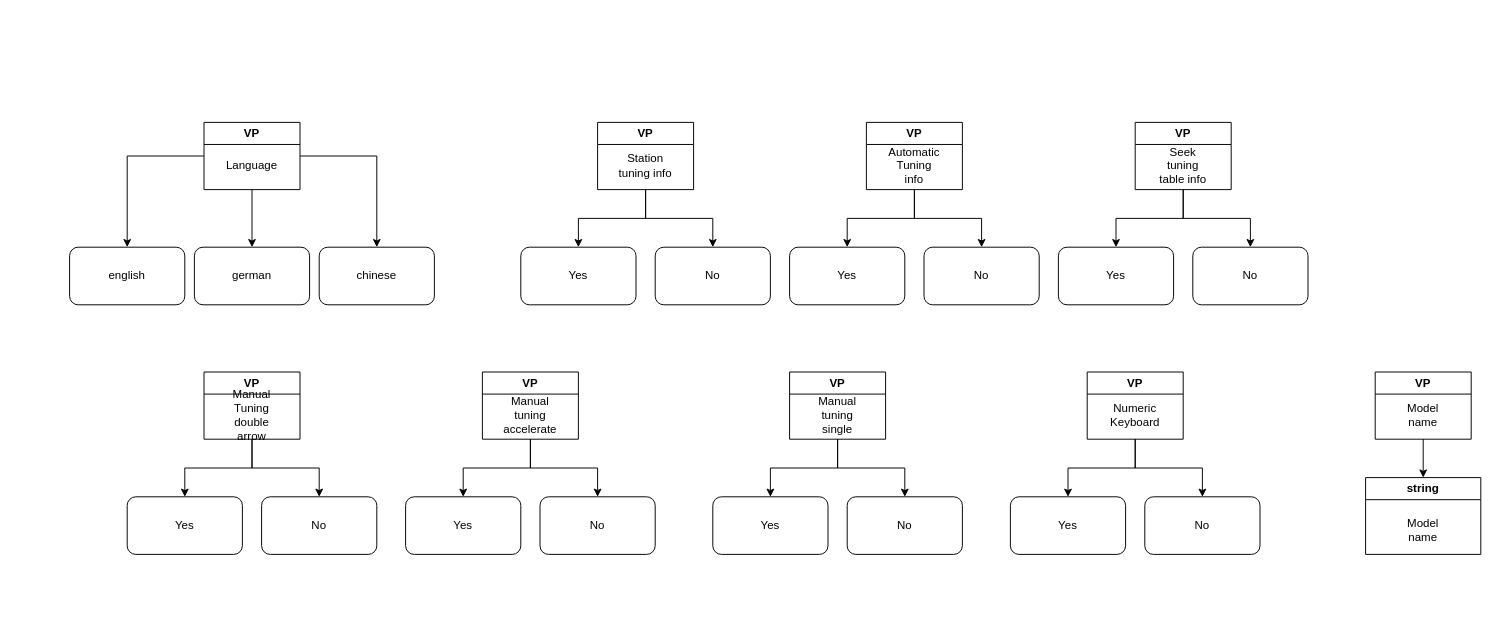
sam-k0/SPLE_Lab keeps this draw.io diagram as VD.drawio. Above is the earlier version. Source tidied: cells renumbered, new cells numbered last; positions are measured from the earlier drawing's top-left corner, leaving out a move shared by most shapes. Both pictures are drawn from the tidied source at 96%, with x=0, y=0 at pixel (69, 122).
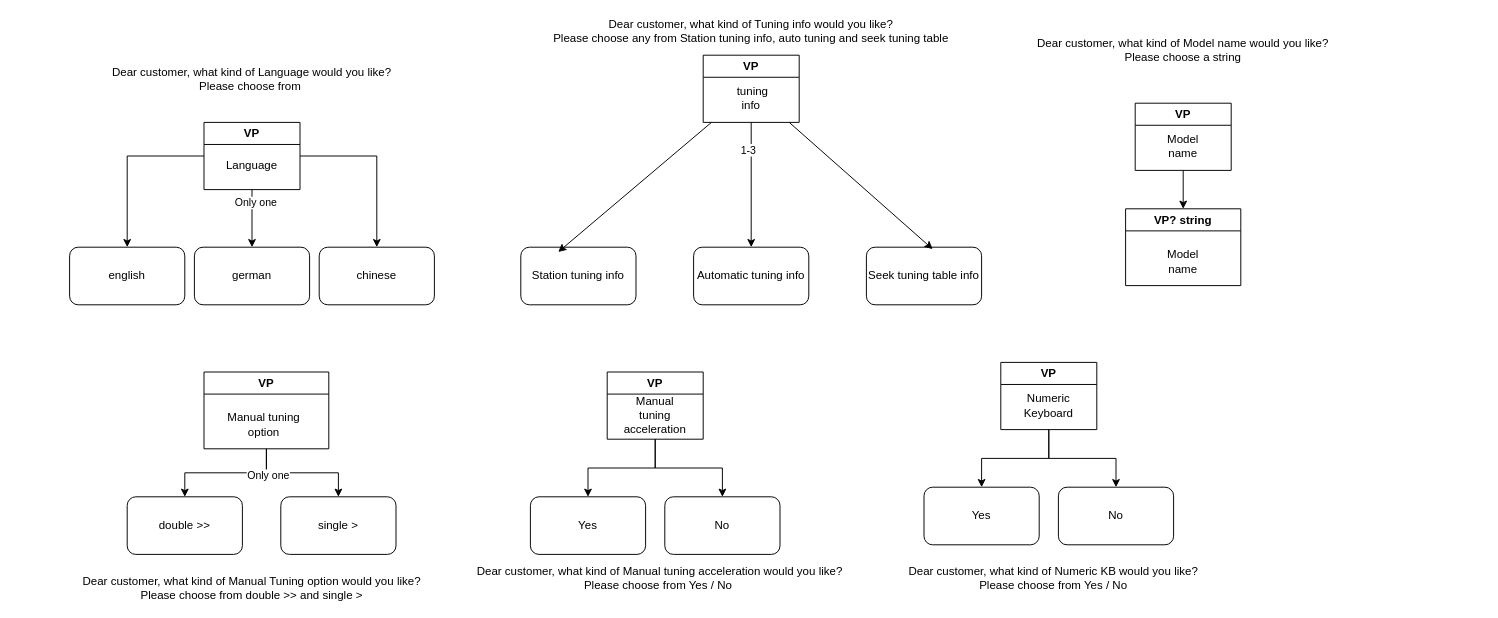
The same diagram, later.

Unchanged cells that the change refers to:
```xml
<mxCell id="3" style="edgeStyle=orthogonalEdgeStyle;rounded=0;jettySize=auto;html=1;entryX=0.5;entryY=0;entryDx=0;entryDy=0;" parent="1" edge="1" source="5" target="8">
  <mxGeometry relative="1" as="geometry" />
</mxCell>
<mxCell id="11" style="edgeStyle=orthogonalEdgeStyle;rounded=0;jettySize=auto;html=1;entryX=0.5;entryY=0;entryDx=0;entryDy=0;" parent="1" edge="1" source="12" target="15">
  <mxGeometry relative="1" as="geometry" />
</mxCell>
<mxCell id="29" style="edgeStyle=orthogonalEdgeStyle;rounded=0;jettySize=auto;html=1;entryX=0.5;entryY=0;entryDx=0;entryDy=0;" parent="1" edge="1" source="30" target="33">
  <mxGeometry relative="1" as="geometry" />
</mxCell>
```

What changed in the source:
```diff
@@
+    <mxCell id="57" value="Only one" style="edgeLabel;html=1;align=center;verticalAlign=middle;" parent="3" vertex="1">
+      <mxGeometry x="-0.57" y="3" relative="1" as="geometry" />
+    </mxCell>
@@
-    <mxCell id="10" style="edgeStyle=orthogonalEdgeStyle;rounded=0;jettySize=auto;html=1;entryX=0.5;entryY=0;entryDx=0;entryDy=0;" parent="1" edge="1" source="12" target="14">
-      <mxGeometry relative="1" as="geometry" />
-    </mxCell>
@@
+    <mxCell id="58" value="1-3" style="edgeLabel;html=1;align=center;verticalAlign=middle;" parent="11" vertex="1">
+      <mxGeometry x="-0.57" y="-4" relative="1" as="geometry" />
+    </mxCell>
     <mxCell id="12" value="VP" style="swimlane;whiteSpace=wrap;html=1;" parent="1" vertex="1">
-      <mxGeometry x="550" width="100" height="70" as="geometry" />
+      <mxGeometry x="660" y="-70" width="100" height="70" as="geometry" />
     </mxCell>
-    <mxCell id="13" value="Station tuning info" style="text;html=1;whiteSpace=wrap;strokeColor=none;fillColor=none;align=center;verticalAlign=middle;rounded=0;" parent="12" vertex="1">
+    <mxCell id="13" value="&amp;nbsp;tuning info" style="text;html=1;whiteSpace=wrap;strokeColor=none;fillColor=none;align=center;verticalAlign=middle;rounded=0;" parent="12" vertex="1">
       <mxGeometry x="20" y="30" width="60" height="30" as="geometry" />
     </mxCell>
-    <mxCell id="14" value="Yes" style="rounded=1;whiteSpace=wrap;html=1;" parent="1" vertex="1">
+    <mxCell id="14" value="Station tuning info" style="rounded=1;whiteSpace=wrap;html=1;" parent="1" vertex="1">
       <mxGeometry x="470" y="130" width="120" height="60" as="geometry" />
     </mxCell>
-    <mxCell id="15" value="No" style="rounded=1;whiteSpace=wrap;html=1;" parent="1" vertex="1">
-      <mxGeometry x="610" y="130" width="120" height="60" as="geometry" />
+    <mxCell id="15" value="Automatic tuning info" style="rounded=1;whiteSpace=wrap;html=1;" parent="1" vertex="1">
+      <mxGeometry x="650" y="130" width="120" height="60" as="geometry" />
     </mxCell>
-    <mxCell id="16" style="edgeStyle=orthogonalEdgeStyle;rounded=0;jettySize=auto;html=1;entryX=0.5;entryY=0;entryDx=0;entryDy=0;" parent="1" edge="1" source="18" target="20">
-      <mxGeometry relative="1" as="geometry" />
-    </mxCell>
-    <mxCell id="17" style="edgeStyle=orthogonalEdgeStyle;rounded=0;jettySize=auto;html=1;entryX=0.5;entryY=0;entryDx=0;entryDy=0;" parent="1" edge="1" source="18" target="21">
-      <mxGeometry relative="1" as="geometry" />
-    </mxCell>
-    <mxCell id="18" value="VP" style="swimlane;whiteSpace=wrap;html=1;" parent="1" vertex="1">
-      <mxGeometry x="830" width="100" height="70" as="geometry" />
-    </mxCell>
-    <mxCell id="19" value="Automatic Tuning info" style="text;html=1;whiteSpace=wrap;strokeColor=none;fillColor=none;align=center;verticalAlign=middle;rounded=0;" parent="18" vertex="1">
-      <mxGeometry x="20" y="30" width="60" height="30" as="geometry" />
-    </mxCell>
-    <mxCell id="20" value="Yes" style="rounded=1;whiteSpace=wrap;html=1;" parent="1" vertex="1">
-      <mxGeometry x="750" y="130" width="120" height="60" as="geometry" />
-    </mxCell>
-    <mxCell id="21" value="No" style="rounded=1;whiteSpace=wrap;html=1;" parent="1" vertex="1">
-      <mxGeometry x="890" y="130" width="120" height="60" as="geometry" />
-    </mxCell>
-    <mxCell id="22" style="edgeStyle=orthogonalEdgeStyle;rounded=0;jettySize=auto;html=1;entryX=0.5;entryY=0;entryDx=0;entryDy=0;" parent="1" edge="1" source="24" target="26">
-      <mxGeometry relative="1" as="geometry" />
-    </mxCell>
-    <mxCell id="23" style="edgeStyle=orthogonalEdgeStyle;rounded=0;jettySize=auto;html=1;entryX=0.5;entryY=0;entryDx=0;entryDy=0;" parent="1" edge="1" source="24" target="27">
-      <mxGeometry relative="1" as="geometry" />
-    </mxCell>
-    <mxCell id="24" value="VP" style="swimlane;whiteSpace=wrap;html=1;" parent="1" vertex="1">
-      <mxGeometry x="1110" width="100" height="70" as="geometry" />
-    </mxCell>
-    <mxCell id="25" value="Seek tuning table info" style="text;html=1;whiteSpace=wrap;strokeColor=none;fillColor=none;align=center;verticalAlign=middle;rounded=0;" parent="24" vertex="1">
-      <mxGeometry x="20" y="30" width="60" height="30" as="geometry" />
-    </mxCell>
-    <mxCell id="26" value="Yes" style="rounded=1;whiteSpace=wrap;html=1;" parent="1" vertex="1">
-      <mxGeometry x="1030" y="130" width="120" height="60" as="geometry" />
-    </mxCell>
-    <mxCell id="27" value="No" style="rounded=1;whiteSpace=wrap;html=1;" parent="1" vertex="1">
-      <mxGeometry x="1170" y="130" width="120" height="60" as="geometry" />
-    </mxCell>
@@
+    <mxCell id="59" value="Only one" style="edgeLabel;html=1;align=center;verticalAlign=middle;" parent="29" vertex="1">
+      <mxGeometry x="-0.58" y="-2" relative="1" as="geometry" />
+    </mxCell>
     <mxCell id="30" value="VP" style="swimlane;whiteSpace=wrap;html=1;" parent="1" vertex="1">
-      <mxGeometry x="140" y="260" width="100" height="70" as="geometry" />
+      <mxGeometry x="140" y="260" width="130" height="80" as="geometry" />
     </mxCell>
-    <mxCell id="31" value="Manual Tuning double arrow" style="text;html=1;whiteSpace=wrap;strokeColor=none;fillColor=none;align=center;verticalAlign=middle;rounded=0;" parent="30" vertex="1">
-      <mxGeometry x="20" y="30" width="60" height="30" as="geometry" />
+    <mxCell id="31" value="Manual tuning option" style="text;html=1;whiteSpace=wrap;strokeColor=none;fillColor=none;align=center;verticalAlign=middle;rounded=0;" parent="30" vertex="1">
+      <mxGeometry x="15" y="40" width="95" height="30" as="geometry" />
     </mxCell>
-    <mxCell id="32" value="Yes" style="rounded=1;whiteSpace=wrap;html=1;" parent="1" vertex="1">
+    <mxCell id="32" value="double &amp;gt;&amp;gt;" style="rounded=1;whiteSpace=wrap;html=1;" parent="1" vertex="1">
       <mxGeometry x="60" y="390" width="120" height="60" as="geometry" />
     </mxCell>
-    <mxCell id="33" value="No" style="rounded=1;whiteSpace=wrap;html=1;" parent="1" vertex="1">
-      <mxGeometry x="200" y="390" width="120" height="60" as="geometry" />
+    <mxCell id="33" value="single &amp;gt;" style="rounded=1;whiteSpace=wrap;html=1;" parent="1" vertex="1">
+      <mxGeometry x="220" y="390" width="120" height="60" as="geometry" />
     </mxCell>
@@
     <mxCell id="36" value="VP" style="swimlane;whiteSpace=wrap;html=1;" parent="1" vertex="1">
-      <mxGeometry x="430" y="260" width="100" height="70" as="geometry" />
+      <mxGeometry x="560" y="260" width="100" height="70" as="geometry" />
     </mxCell>
-    <mxCell id="37" value="Manual tuning accelerate" style="text;html=1;whiteSpace=wrap;strokeColor=none;fillColor=none;align=center;verticalAlign=middle;rounded=0;" parent="36" vertex="1">
+    <mxCell id="37" value="Manual tuning acceleration" style="text;html=1;whiteSpace=wrap;strokeColor=none;fillColor=none;align=center;verticalAlign=middle;rounded=0;" parent="36" vertex="1">
       <mxGeometry x="20" y="30" width="60" height="30" as="geometry" />
     </mxCell>
     <mxCell id="38" value="Yes" style="rounded=1;whiteSpace=wrap;html=1;" parent="1" vertex="1">
-      <mxGeometry x="350" y="390" width="120" height="60" as="geometry" />
+      <mxGeometry x="480" y="390" width="120" height="60" as="geometry" />
     </mxCell>
     <mxCell id="39" value="No" style="rounded=1;whiteSpace=wrap;html=1;" parent="1" vertex="1">
-      <mxGeometry x="490" y="390" width="120" height="60" as="geometry" />
+      <mxGeometry x="620" y="390" width="120" height="60" as="geometry" />
     </mxCell>
-    <mxCell id="40" style="edgeStyle=orthogonalEdgeStyle;rounded=0;jettySize=auto;html=1;entryX=0.5;entryY=0;entryDx=0;entryDy=0;" parent="1" edge="1" source="42" target="44">
-      <mxGeometry relative="1" as="geometry" />
-    </mxCell>
-    <mxCell id="41" style="edgeStyle=orthogonalEdgeStyle;rounded=0;jettySize=auto;html=1;entryX=0.5;entryY=0;entryDx=0;entryDy=0;" parent="1" edge="1" source="42" target="45">
-      <mxGeometry relative="1" as="geometry" />
-    </mxCell>
-    <mxCell id="42" value="VP" style="swimlane;whiteSpace=wrap;html=1;" parent="1" vertex="1">
-      <mxGeometry x="750" y="260" width="100" height="70" as="geometry" />
-    </mxCell>
-    <mxCell id="43" value="Manual tuning single" style="text;html=1;whiteSpace=wrap;strokeColor=none;fillColor=none;align=center;verticalAlign=middle;rounded=0;" parent="42" vertex="1">
-      <mxGeometry x="20" y="30" width="60" height="30" as="geometry" />
-    </mxCell>
-    <mxCell id="44" value="Yes" style="rounded=1;whiteSpace=wrap;html=1;" parent="1" vertex="1">
-      <mxGeometry x="670" y="390" width="120" height="60" as="geometry" />
-    </mxCell>
-    <mxCell id="45" value="No" style="rounded=1;whiteSpace=wrap;html=1;" parent="1" vertex="1">
-      <mxGeometry x="810" y="390" width="120" height="60" as="geometry" />
-    </mxCell>
@@
     <mxCell id="48" value="VP" style="swimlane;whiteSpace=wrap;html=1;" parent="1" vertex="1">
-      <mxGeometry x="1060" y="260" width="100" height="70" as="geometry" />
+      <mxGeometry x="970" y="250" width="100" height="70" as="geometry" />
     </mxCell>
@@
     <mxCell id="50" value="Yes" style="rounded=1;whiteSpace=wrap;html=1;" parent="1" vertex="1">
-      <mxGeometry x="980" y="390" width="120" height="60" as="geometry" />
+      <mxGeometry x="890" y="380" width="120" height="60" as="geometry" />
     </mxCell>
     <mxCell id="51" value="No" style="rounded=1;whiteSpace=wrap;html=1;" parent="1" vertex="1">
-      <mxGeometry x="1120" y="390" width="120" height="60" as="geometry" />
+      <mxGeometry x="1030" y="380" width="120" height="60" as="geometry" />
     </mxCell>
@@
     <mxCell id="53" value="VP" style="swimlane;whiteSpace=wrap;html=1;" parent="1" vertex="1">
-      <mxGeometry x="1360" y="260" width="100" height="70" as="geometry" />
+      <mxGeometry x="1110" y="-20" width="100" height="70" as="geometry" />
     </mxCell>
@@
-    <mxCell id="55" value="string" style="swimlane;whiteSpace=wrap;html=1;" parent="1" vertex="1">
-      <mxGeometry x="1350" y="370" width="120" height="80" as="geometry" />
+    <mxCell id="55" value="VP? string" style="swimlane;whiteSpace=wrap;html=1;" parent="1" vertex="1">
+      <mxGeometry x="1100" y="90" width="120" height="80" as="geometry" />
     </mxCell>
     <mxCell id="56" value="Model name" style="text;html=1;whiteSpace=wrap;strokeColor=none;fillColor=none;align=center;verticalAlign=middle;rounded=0;" parent="1" vertex="1">
-      <mxGeometry x="1380" y="410" width="60" height="30" as="geometry" />
+      <mxGeometry x="1130" y="130" width="60" height="30" as="geometry" />
     </mxCell>
+    <mxCell id="60" value="Dear customer, what kind of Language would you like?&lt;br&gt; Please choose from&amp;nbsp;" style="text;html=1;align=center;verticalAlign=middle;whiteSpace=wrap;rounded=0;" parent="1" vertex="1">
+      <mxGeometry x="-55" y="-60" width="490" height="30" as="geometry" />
+    </mxCell>
+    <mxCell id="61" value="Dear customer, what kind of Tuning info would you like?&lt;br&gt; Please choose any from Station tuning info, auto tuning and seek tuning table" style="text;html=1;align=center;verticalAlign=middle;whiteSpace=wrap;rounded=0;" parent="1" vertex="1">
+      <mxGeometry x="465" y="-110" width="490" height="30" as="geometry" />
+    </mxCell>
+    <mxCell id="62" value="Dear customer, what kind of Manual Tuning option would you like?&lt;br&gt; Please choose from double &amp;gt;&amp;gt; and single &amp;gt;" style="text;html=1;align=center;verticalAlign=middle;whiteSpace=wrap;rounded=0;" parent="1" vertex="1">
+      <mxGeometry x="-55" y="470" width="490" height="30" as="geometry" />
+    </mxCell>
+    <mxCell id="63" value="Dear customer, what kind of Manual tuning acceleration would you like?&lt;br&gt; Please choose from Yes / No&amp;nbsp;" style="text;html=1;align=center;verticalAlign=middle;whiteSpace=wrap;rounded=0;" parent="1" vertex="1">
+      <mxGeometry x="370" y="460" width="490" height="30" as="geometry" />
+    </mxCell>
+    <mxCell id="64" value="Dear customer, what kind of Numeric KB would you like?&lt;br&gt; Please choose from Yes / No" style="text;html=1;align=center;verticalAlign=middle;whiteSpace=wrap;rounded=0;" parent="1" vertex="1">
+      <mxGeometry x="780" y="460" width="490" height="30" as="geometry" />
+    </mxCell>
+    <mxCell id="65" value="Dear customer, what kind of Model name would you like?&lt;br&gt; Please choose a string" style="text;html=1;align=center;verticalAlign=middle;whiteSpace=wrap;rounded=0;" parent="1" vertex="1">
+      <mxGeometry x="915" y="-90" width="490" height="30" as="geometry" />
+    </mxCell>
+    <mxCell id="25" value="Seek tuning table info" style="rounded=1;whiteSpace=wrap;html=1;" parent="1" vertex="1">
+      <mxGeometry x="830" y="130" width="120" height="60" as="geometry" />
+    </mxCell>
+    <mxCell id="66" style="edgeStyle=none;html=1;entryX=0.575;entryY=0.033;entryDx=0;entryDy=0;entryPerimeter=0;" parent="1" edge="1" source="12" target="25">
+      <mxGeometry relative="1" as="geometry" />
+    </mxCell>
+    <mxCell id="10" style="edgeStyle=none;html=1;entryX=0.325;entryY=0.083;entryDx=0;entryDy=0;entryPerimeter=0;" parent="1" edge="1" source="12" target="14">
+      <mxGeometry relative="1" as="geometry" />
+    </mxCell>
```
